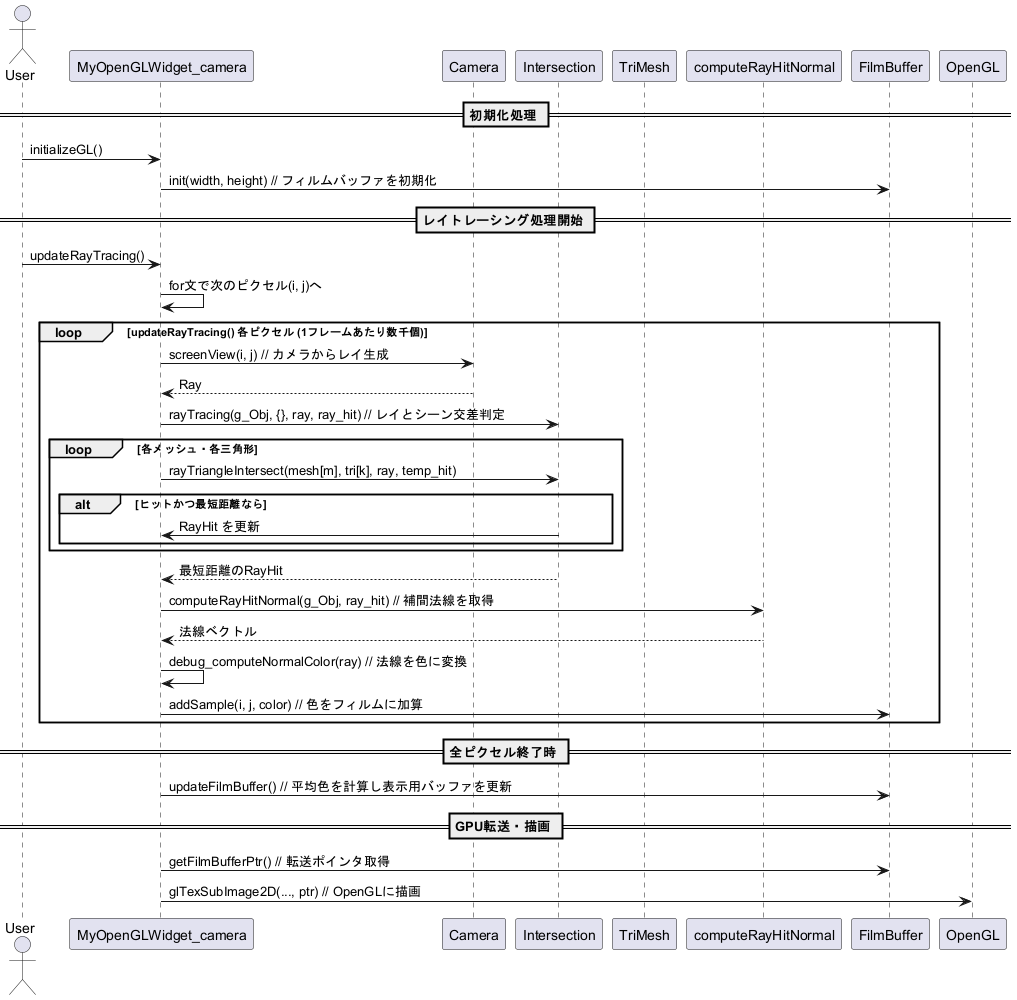
Before: html/inline_umlgraph_21.png, a diagram exported from PlantUML (ChihiroYamashita/cg-repo).
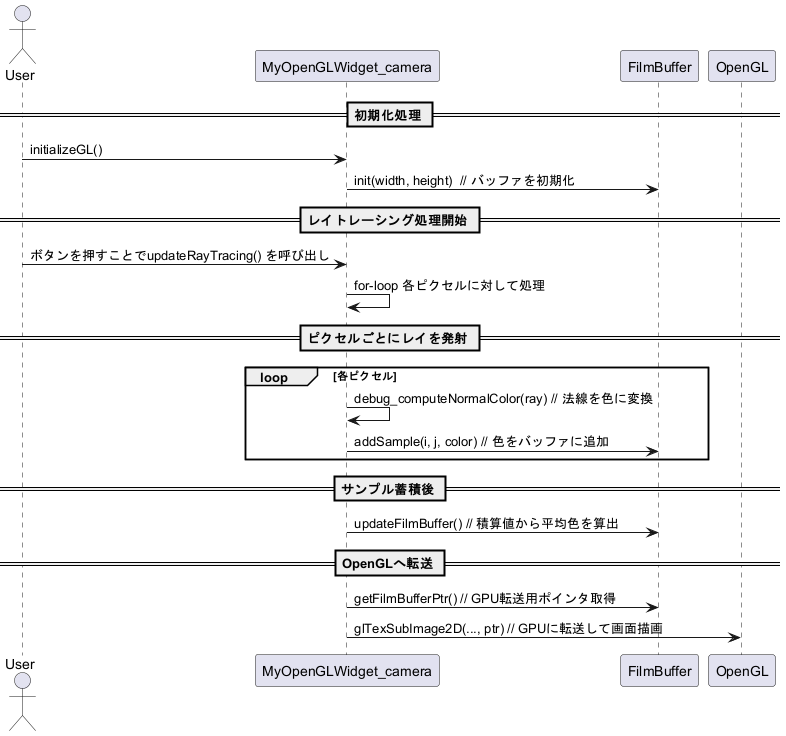
After the commit.

The edit, as a diff of the source:
```diff
@@ -1,47 +1,27 @@
 @startuml inline_umlgraph_21.png
 actor User
 participant MyOpenGLWidget_camera
-participant Camera
-participant Intersection
-participant TriMesh
-participant Geometry as "computeRayHitNormal"
 participant FilmBuffer
 participant OpenGL
 
 == 初期化処理 ==
 User -> MyOpenGLWidget_camera : initializeGL()
-MyOpenGLWidget_camera -> FilmBuffer : init(width, height) // フィルムバッファを初期化
+MyOpenGLWidget_camera -> FilmBuffer : init(width, height)  // バッファを初期化
 
 == レイトレーシング処理開始 ==
-User -> MyOpenGLWidget_camera : updateRayTracing()
-MyOpenGLWidget_camera -> MyOpenGLWidget_camera : for文で次のピクセル(i, j)へ
+User -> MyOpenGLWidget_camera : ボタンを押すことでupdateRayTracing() を呼び出し
+MyOpenGLWidget_camera -> MyOpenGLWidget_camera : for-loop 各ピクセルに対して処理
 
-loop updateRayTracing() 各ピクセル (1フレームあたり数千個)
-    MyOpenGLWidget_camera -> Camera : screenView(i, j) // カメラからレイ生成
-    Camera --> MyOpenGLWidget_camera : Ray
-
-    MyOpenGLWidget_camera -> Intersection : rayTracing(g_Obj, {}, ray, ray_hit) // レイとシーン交差判定
-
-    loop 各メッシュ・各三角形
-    MyOpenGLWidget_camera -> Intersection : rayTriangleIntersect(mesh[m], tri[k], ray, temp_hit)
-    alt ヒットかつ最短距離なら
-        Intersection -> MyOpenGLWidget_camera : RayHit を更新
-    end
-end
-    Intersection --> MyOpenGLWidget_camera : 最短距離のRayHit
-
-    MyOpenGLWidget_camera -> Geometry : computeRayHitNormal(g_Obj, ray_hit) // 補間法線を取得
-    Geometry --> MyOpenGLWidget_camera : 法線ベクトル
-
+== ピクセルごとにレイを発射 ==
+loop 各ピクセル
     MyOpenGLWidget_camera -> MyOpenGLWidget_camera : debug_computeNormalColor(ray) // 法線を色に変換
-    MyOpenGLWidget_camera -> FilmBuffer : addSample(i, j, color) // 色をフィルムに加算
+    MyOpenGLWidget_camera -> FilmBuffer : addSample(i, j, color) // 色をバッファに追加
 end
 
+== サンプル蓄積後 ==
+MyOpenGLWidget_camera -> FilmBuffer : updateFilmBuffer() // 積算値から平均色を算出
 
-== 全ピクセル終了時 ==
-MyOpenGLWidget_camera -> FilmBuffer : updateFilmBuffer() // 平均色を計算し表示用バッファを更新
-
-== GPU転送・描画 ==
-MyOpenGLWidget_camera -> FilmBuffer : getFilmBufferPtr() // 転送ポインタ取得
-MyOpenGLWidget_camera -> OpenGL : glTexSubImage2D(..., ptr) // OpenGLに描画
+== OpenGLへ転送 ==
+MyOpenGLWidget_camera -> FilmBuffer : getFilmBufferPtr() // GPU転送用ポインタ取得
+MyOpenGLWidget_camera -> OpenGL : glTexSubImage2D(..., ptr) // GPUに転送して画面描画
 @enduml
```
